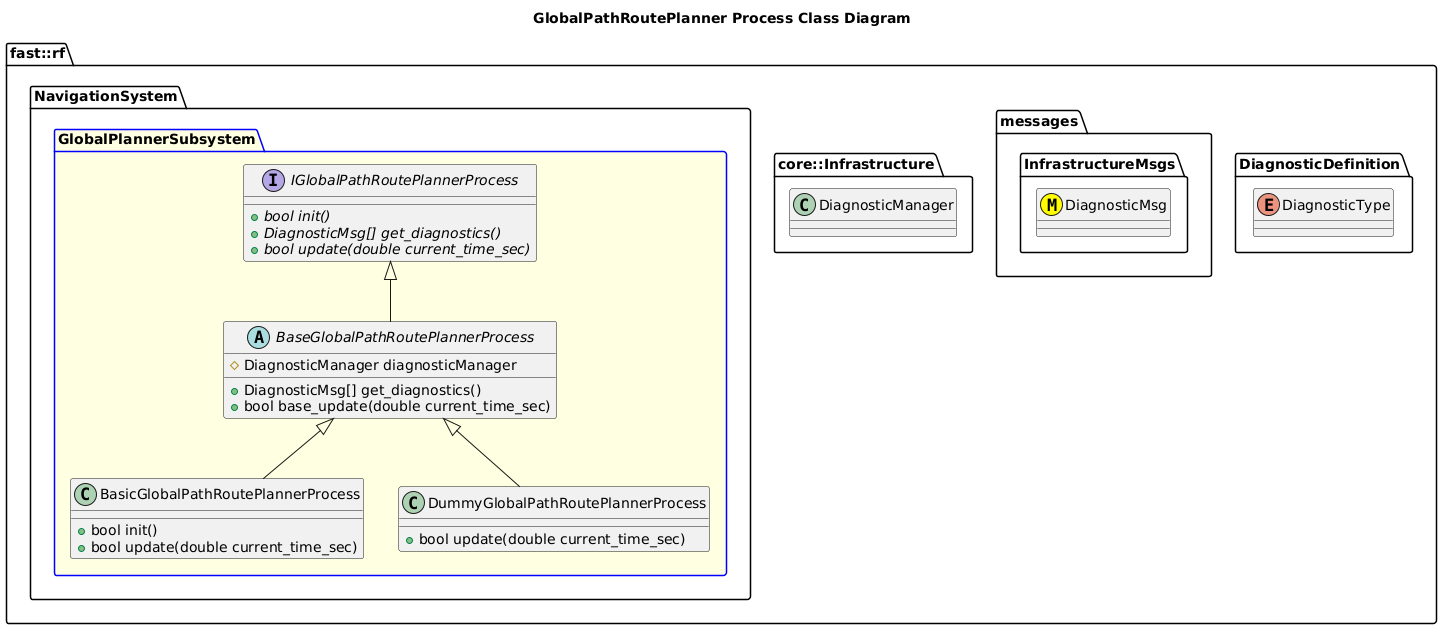
Earlier version of the PlantUML export Systems/Navigation/Subsystems/GlobalPlanner/Processes/GlobalPathRoutePlanner/doc/puml/GlobalPathRoutePlannerProcessClassDiagram.png (fastrobotics/robot_framework).
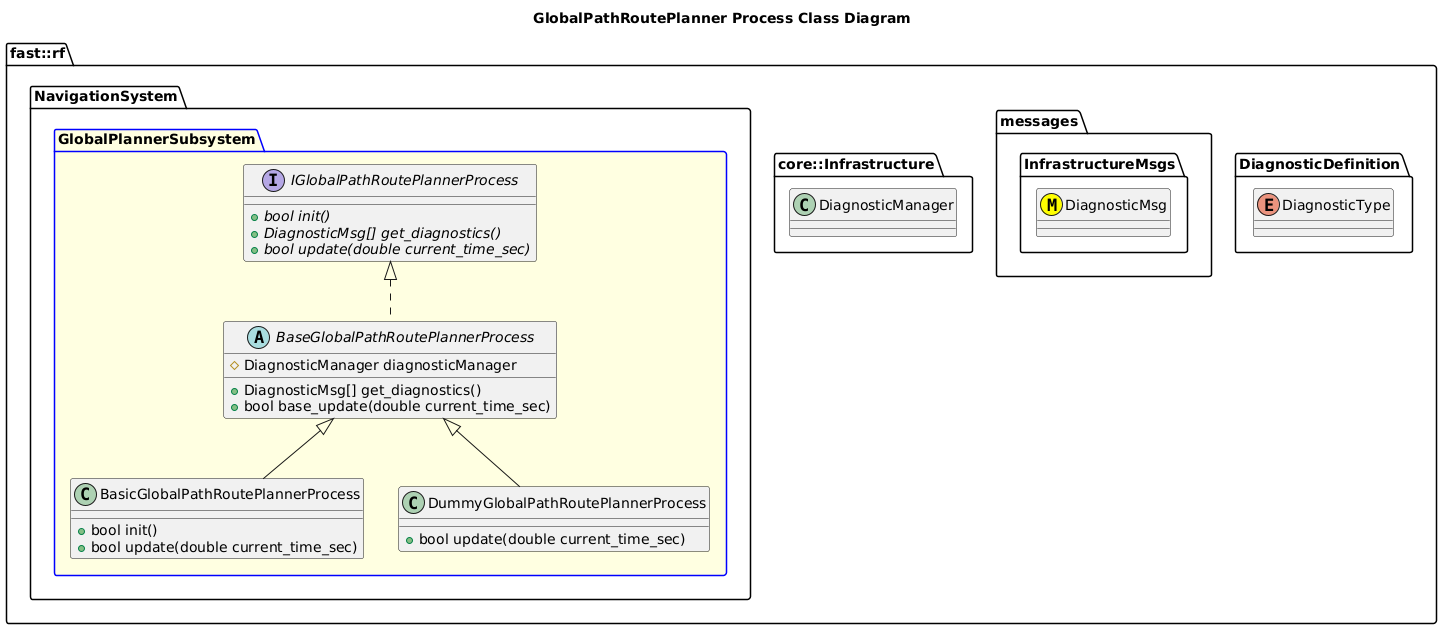
After the change.

Diff of the diagram source:
```diff
@@ -26,7 +26,7 @@
           #DiagnosticManager diagnosticManager
 
         }
-        BaseGlobalPathRoutePlannerProcess -up-|> IGlobalPathRoutePlannerProcess
+        BaseGlobalPathRoutePlannerProcess .up.|> IGlobalPathRoutePlannerProcess
         class BasicGlobalPathRoutePlannerProcess {
           +bool init()
           +bool update(double current_time_sec)
```
